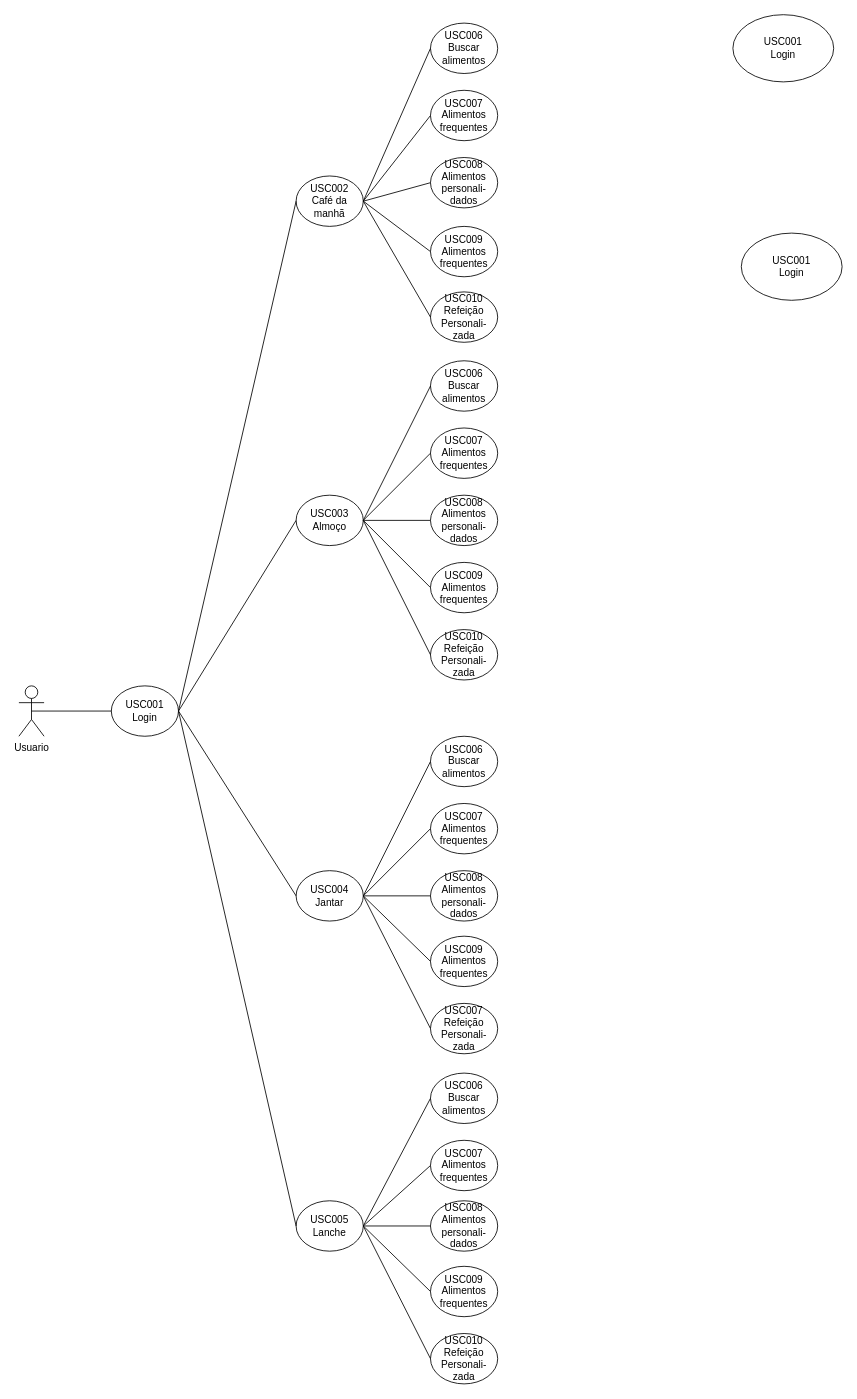
The draw.io diagram DiagramaUseCase.drawio in Cinzenta/Calorize, before the edit. Source tidied: cells renumbered, new cells numbered last; positions are measured from the earlier drawing's top-left corner, leaving out a move shared by most shapes. Both pictures are drawn from the tidied source at 84%, with x=0, y=0 at pixel (18, 14).
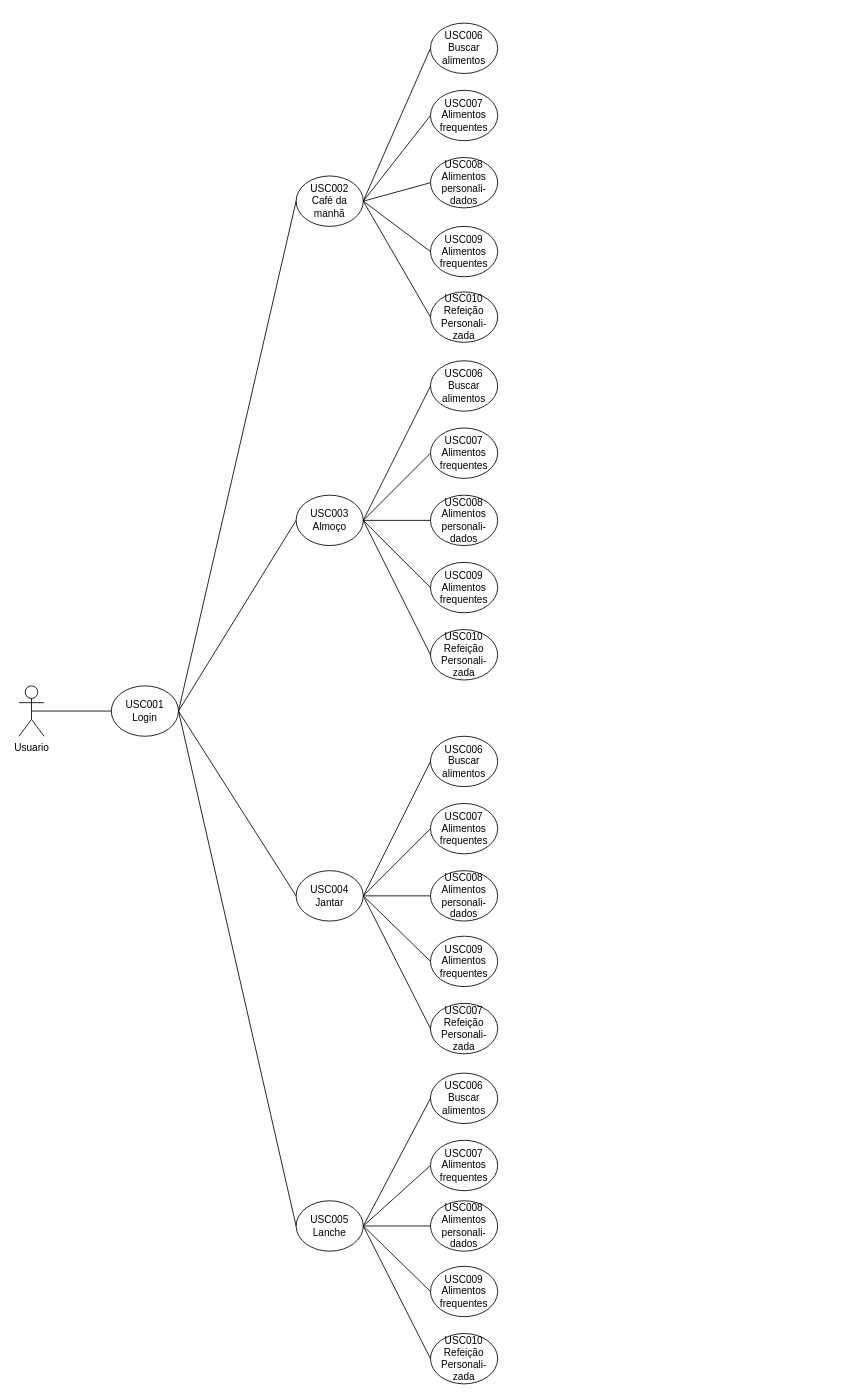
After the change.

The edit, as a diff of the source:
```diff
@@
-    <mxCell id="10" value="USC001&lt;div&gt;Login&lt;/div&gt;" style="ellipse;whiteSpace=wrap;html=1;" parent="1" vertex="1">
-      <mxGeometry x="860" y="260" width="120" height="80" as="geometry" />
-    </mxCell>
-    <mxCell id="11" value="USC001&lt;div&gt;Login&lt;/div&gt;" style="ellipse;whiteSpace=wrap;html=1;" parent="1" vertex="1">
-      <mxGeometry x="850" width="120" height="80" as="geometry" />
-    </mxCell>
```
